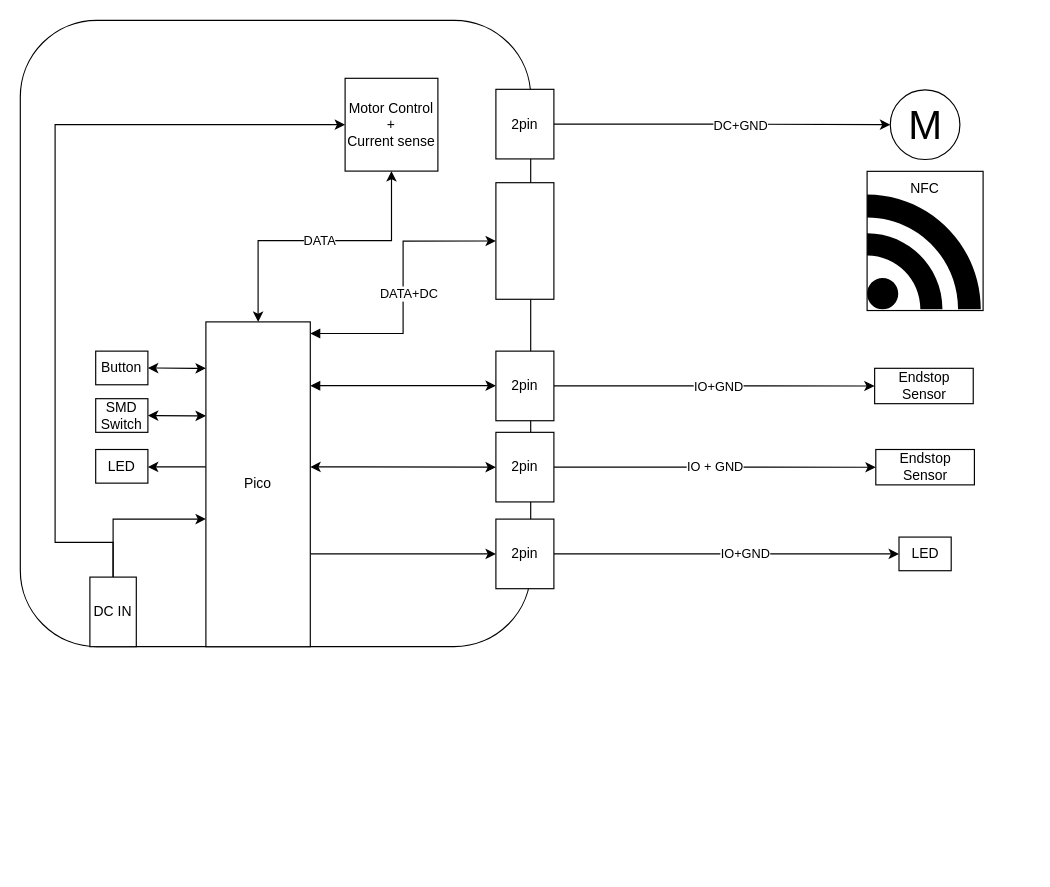
Above: Documents/Drawings/ElectricalLayout.drawio in Todoori/GateControl (draw.io), before the change. Source tidied: cells renumbered, new cells numbered last; positions are measured from the earlier drawing's top-left corner, leaving out a move shared by most shapes. Both pictures are drawn from the tidied source at 116%, with x=0, y=0 at pixel (20, 20).
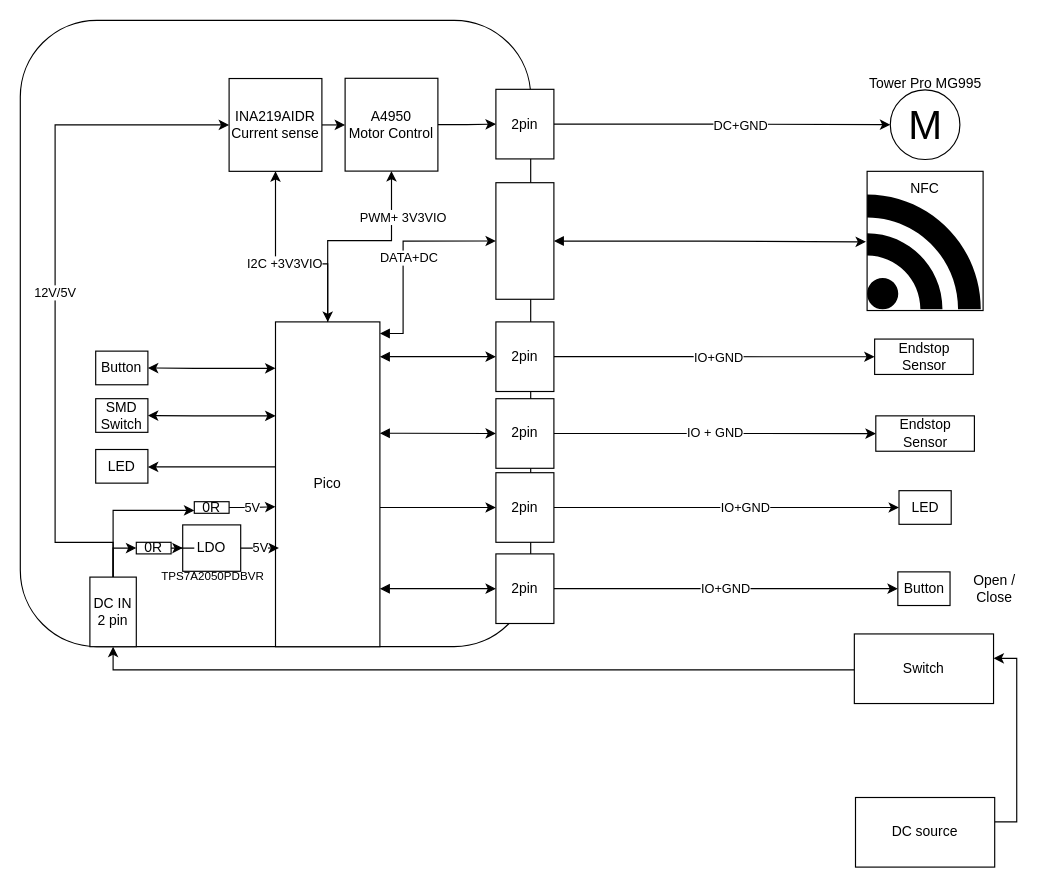
The same diagram, later.

The change refers to these unchanged cells:
```xml
<mxCell id="4" style="shape=mxgraph.signs.tech.rss;html=1;fillColor=#000000;strokeColor=none;verticalLabelPosition=bottom;verticalAlign=top;align=center;" parent="1" vertex="1">
  <mxGeometry x="730" y="150.2" width="98" height="99" as="geometry" />
</mxCell>
<mxCell id="23" style="rounded=0;whiteSpace=wrap;html=1;" parent="1" vertex="1">
  <mxGeometry x="410" y="140" width="50" height="100.5" as="geometry" />
</mxCell>
<mxCell id="30" value="2pin" style="rounded=0;whiteSpace=wrap;html=1;" parent="1" vertex="1">
  <mxGeometry x="410" y="59.5" width="50" height="60" as="geometry" />
</mxCell>
```

Change to the diagram source:
```diff
@@
-    <mxCell id="10" value="DATA" style="edgeStyle=orthogonalEdgeStyle;rounded=0;jettySize=auto;html=1;entryX=0.5;entryY=1;entryDx=0;entryDy=0;startArrow=classic;startFill=1;" parent="1" edge="1" source="16" target="31">
-      <mxGeometry relative="1" as="geometry">
+    <mxCell id="10" value="PWM+ 3V3VIO" style="edgeStyle=orthogonalEdgeStyle;rounded=0;jettySize=auto;html=1;entryX=0.5;entryY=1;entryDx=0;entryDy=0;startArrow=classic;startFill=1;exitX=0.5;exitY=0;exitDx=0;exitDy=0;" parent="1" edge="1" source="16" target="31">
+      <mxGeometry x="0.57" y="-10" relative="1" as="geometry">
         <Array as="points">
-          <mxPoint x="205" y="190" />
+          <mxPoint x="265" y="190" />
           <mxPoint x="320" y="190" />
         </Array>
       </mxGeometry>
     </mxCell>
@@
+    <mxCell id="15" style="edgeStyle=orthogonalEdgeStyle;rounded=0;jettySize=auto;html=1;entryX=0;entryY=0.5;entryDx=0;entryDy=0;" parent="1" edge="1" source="16" target="37">
+      <mxGeometry relative="1" as="geometry">
+        <Array as="points">
+          <mxPoint x="360" y="420" />
+          <mxPoint x="360" y="420" />
+        </Array>
+      </mxGeometry>
+    </mxCell>
+    <mxCell id="40" value="I2C +3V3VIO" style="edgeStyle=orthogonalEdgeStyle;rounded=0;jettySize=auto;html=1;entryX=0.5;entryY=1;entryDx=0;entryDy=0;" parent="1" edge="1" source="16" target="48">
+      <mxGeometry relative="1" as="geometry">
+        <Array as="points">
+          <mxPoint x="265" y="210" />
+          <mxPoint x="220" y="210" />
+        </Array>
+      </mxGeometry>
+    </mxCell>
+    <mxCell id="14" style="edgeStyle=orthogonalEdgeStyle;rounded=0;jettySize=auto;html=1;entryX=0;entryY=0.5;entryDx=0;entryDy=0;startArrow=block;startFill=1;" parent="1" edge="1" source="16" target="27">
+      <mxGeometry relative="1" as="geometry">
+        <Array as="points">
+          <mxPoint x="330" y="356" />
+          <mxPoint x="330" y="356" />
+        </Array>
+      </mxGeometry>
+    </mxCell>
-    <mxCell id="13" style="edgeStyle=orthogonalEdgeStyle;rounded=0;jettySize=auto;html=1;startArrow=block;startFill=1;" parent="1" edge="1" source="16" target="22">
+    <mxCell id="13" style="edgeStyle=orthogonalEdgeStyle;rounded=0;jettySize=auto;html=1;entryX=0;entryY=0.5;entryDx=0;entryDy=0;startArrow=block;startFill=1;" parent="1" edge="1" source="16" target="22">
       <mxGeometry relative="1" as="geometry">
         <Array as="points">
-          <mxPoint x="290" y="315" />
-          <mxPoint x="290" y="315" />
+          <mxPoint x="340" y="290" />
+          <mxPoint x="340" y="290" />
         </Array>
       </mxGeometry>
     </mxCell>
-    <mxCell id="14" style="edgeStyle=orthogonalEdgeStyle;rounded=0;jettySize=auto;html=1;entryX=0;entryY=0.5;entryDx=0;entryDy=0;startArrow=classic;startFill=1;" parent="1" edge="1" source="16" target="27">
-      <mxGeometry relative="1" as="geometry">
-        <Array as="points">
-          <mxPoint x="290" y="385" />
-          <mxPoint x="290" y="385" />
-        </Array>
-      </mxGeometry>
-    </mxCell>
-    <mxCell id="15" style="edgeStyle=orthogonalEdgeStyle;rounded=0;jettySize=auto;html=1;entryX=0;entryY=0.5;entryDx=0;entryDy=0;" parent="1" edge="1" source="16" target="37">
-      <mxGeometry relative="1" as="geometry">
-        <Array as="points">
-          <mxPoint x="290" y="460" />
-          <mxPoint x="290" y="460" />
-        </Array>
-      </mxGeometry>
-    </mxCell>
+    <mxCell id="41" style="edgeStyle=orthogonalEdgeStyle;rounded=0;jettySize=auto;html=1;entryX=0;entryY=0.5;entryDx=0;entryDy=0;startArrow=block;startFill=1;" parent="1" edge="1" source="16" target="55">
+      <mxGeometry relative="1" as="geometry">
+        <Array as="points">
+          <mxPoint x="340" y="490" />
+          <mxPoint x="340" y="490" />
+        </Array>
+      </mxGeometry>
+    </mxCell>
     <mxCell id="16" value="Pico" style="rounded=0;whiteSpace=wrap;html=1;" parent="1" vertex="1">
-      <mxGeometry x="160" y="260" width="90" height="280" as="geometry" />
+      <mxGeometry x="220" y="260" width="90" height="280" as="geometry" />
     </mxCell>
-    <mxCell id="17" style="edgeStyle=orthogonalEdgeStyle;rounded=0;jettySize=auto;html=1;exitX=0.5;exitY=0;exitDx=0;exitDy=0;" parent="1" edge="1" source="19">
-      <mxGeometry relative="1" as="geometry">
-        <mxPoint x="160" y="430" as="targetPoint" />
-        <Array as="points">
-          <mxPoint x="80" y="430" />
-          <mxPoint x="160" y="430" />
-        </Array>
-      </mxGeometry>
-    </mxCell>
-    <mxCell id="18" style="edgeStyle=orthogonalEdgeStyle;rounded=0;jettySize=auto;html=1;entryX=0;entryY=0.5;entryDx=0;entryDy=0;" parent="1" edge="1" source="19" target="31">
+    <mxCell id="18" value="12V/5V" style="edgeStyle=orthogonalEdgeStyle;rounded=0;jettySize=auto;html=1;entryX=0;entryY=0.5;entryDx=0;entryDy=0;" parent="1" edge="1" source="19" target="48">
       <mxGeometry relative="1" as="geometry">
         <Array as="points">
           <mxPoint x="80" y="450" />
           <mxPoint x="30" y="450" />
           <mxPoint x="30" y="90" />
         </Array>
       </mxGeometry>
     </mxCell>
+    <mxCell id="42" style="edgeStyle=orthogonalEdgeStyle;rounded=0;jettySize=auto;html=1;entryX=0;entryY=0.5;entryDx=0;entryDy=0;" parent="1" edge="1" source="19" target="60">
+      <mxGeometry relative="1" as="geometry" />
+    </mxCell>
+    <mxCell id="43" style="edgeStyle=orthogonalEdgeStyle;rounded=0;jettySize=auto;html=1;entryX=0;entryY=0.75;entryDx=0;entryDy=0;" parent="1" edge="1" source="19" target="61">
+      <mxGeometry relative="1" as="geometry">
+        <Array as="points">
+          <mxPoint x="80" y="422" />
+        </Array>
+      </mxGeometry>
+    </mxCell>
-    <mxCell id="19" value="DC IN" style="rounded=0;whiteSpace=wrap;html=1;" parent="1" vertex="1">
+    <mxCell id="19" value="DC IN 2 pin" style="rounded=0;whiteSpace=wrap;html=1;" parent="1" vertex="1">
       <mxGeometry x="60" y="480" width="40" height="60" as="geometry" />
     </mxCell>
@@
     <mxCell id="22" value="2pin" style="rounded=0;whiteSpace=wrap;html=1;" parent="1" vertex="1">
-      <mxGeometry x="410" y="285.2" width="50" height="60" as="geometry" />
+      <mxGeometry x="410" y="260" width="50" height="60" as="geometry" />
     </mxCell>
@@
     <mxCell id="24" value="Endstop Sensor" style="rounded=0;whiteSpace=wrap;html=1;" parent="1" vertex="1">
-      <mxGeometry x="736.5" y="300" width="85" height="30.5" as="geometry" />
+      <mxGeometry x="736.5" y="274.8" width="85" height="30.5" as="geometry" />
     </mxCell>
     <mxCell id="25" value="Endstop Sensor" style="rounded=0;whiteSpace=wrap;html=1;" parent="1" vertex="1">
-      <mxGeometry x="737.5" y="370" width="85" height="30.5" as="geometry" />
+      <mxGeometry x="737.5" y="341" width="85" height="30.5" as="geometry" />
     </mxCell>
@@
     <mxCell id="27" value="2pin" style="rounded=0;whiteSpace=wrap;html=1;" parent="1" vertex="1">
-      <mxGeometry x="410" y="355.2" width="50" height="60" as="geometry" />
+      <mxGeometry x="410" y="326.2" width="50" height="60" as="geometry" />
     </mxCell>
@@
+    <mxCell id="44" style="edgeStyle=orthogonalEdgeStyle;rounded=0;jettySize=auto;html=1;entryX=0;entryY=0.5;entryDx=0;entryDy=0;" parent="1" edge="1" source="31" target="30">
+      <mxGeometry relative="1" as="geometry" />
+    </mxCell>
-    <mxCell id="31" value="Motor Control&lt;br&gt;+&lt;br&gt;Current sense" style="whiteSpace=wrap;html=1;" parent="1" vertex="1">
+    <mxCell id="31" value="A4950&lt;br&gt;Motor Control" style="whiteSpace=wrap;html=1;" parent="1" vertex="1">
       <mxGeometry x="280" y="50" width="80" height="80" as="geometry" />
     </mxCell>
@@
     <mxCell id="37" value="2pin" style="rounded=0;whiteSpace=wrap;html=1;" parent="1" vertex="1">
-      <mxGeometry x="410" y="430" width="50" height="60" as="geometry" />
+      <mxGeometry x="410" y="390" width="50" height="60" as="geometry" />
     </mxCell>
     <mxCell id="38" value="LED" style="rounded=0;whiteSpace=wrap;html=1;" parent="1" vertex="1">
-      <mxGeometry x="757.5" y="445.5" width="45" height="29" as="geometry" />
+      <mxGeometry x="757.5" y="405.5" width="45" height="29" as="geometry" />
     </mxCell>
@@
+    <mxCell id="45" value="LDO" style="rounded=0;whiteSpace=wrap;html=1;" parent="1" vertex="1">
+      <mxGeometry x="140" y="435" width="50" height="40" as="geometry" />
+    </mxCell>
+    <mxCell id="46" value="5V" style="edgeStyle=orthogonalEdgeStyle;rounded=0;jettySize=auto;html=1;entryX=0.033;entryY=0.696;entryDx=0;entryDy=0;entryPerimeter=0;" parent="1" edge="1" source="45" target="16">
+      <mxGeometry relative="1" as="geometry" />
+    </mxCell>
+    <mxCell id="47" style="edgeStyle=orthogonalEdgeStyle;rounded=0;jettySize=auto;html=1;entryX=0;entryY=0.5;entryDx=0;entryDy=0;" parent="1" edge="1" source="48" target="31">
+      <mxGeometry relative="1" as="geometry" />
+    </mxCell>
+    <mxCell id="48" value="INA219AIDR&lt;br&gt;Current sense" style="whiteSpace=wrap;html=1;" parent="1" vertex="1">
+      <mxGeometry x="180" y="50.2" width="80" height="80" as="geometry" />
+    </mxCell>
+    <mxCell id="49" style="edgeStyle=orthogonalEdgeStyle;rounded=0;jettySize=auto;html=1;entryX=0.5;entryY=1;entryDx=0;entryDy=0;" parent="1" edge="1" source="50" target="19">
+      <mxGeometry relative="1" as="geometry">
+        <Array as="points">
+          <mxPoint x="80" y="560" />
+        </Array>
+      </mxGeometry>
+    </mxCell>
+    <mxCell id="50" value="Switch" style="rounded=0;whiteSpace=wrap;html=1;" parent="1" vertex="1">
+      <mxGeometry x="719" y="529" width="120" height="60" as="geometry" />
+    </mxCell>
+    <mxCell id="51" style="edgeStyle=orthogonalEdgeStyle;rounded=0;orthogonalLoop=1;jettySize=auto;html=1;entryX=1;entryY=0.5;entryDx=0;entryDy=0;" parent="1" edge="1">
+      <mxGeometry relative="1" as="geometry">
+        <mxPoint x="840" y="691" as="sourcePoint" />
+        <mxPoint x="839" y="550" as="targetPoint" />
+        <Array as="points">
+          <mxPoint x="859" y="691" />
+          <mxPoint x="859" y="550" />
+        </Array>
+      </mxGeometry>
+    </mxCell>
+    <mxCell id="52" value="DC source" style="rounded=0;whiteSpace=wrap;html=1;" parent="1" vertex="1">
+      <mxGeometry x="720" y="670" width="120" height="60" as="geometry" />
+    </mxCell>
+    <mxCell id="53" style="edgeStyle=orthogonalEdgeStyle;rounded=0;jettySize=auto;html=1;entryX=-0.01;entryY=0.412;entryDx=0;entryDy=0;entryPerimeter=0;startArrow=block;startFill=1;" parent="1" edge="1" source="23" target="4">
+      <mxGeometry relative="1" as="geometry" />
+    </mxCell>
+    <mxCell id="54" value="IO+GND" style="edgeStyle=orthogonalEdgeStyle;rounded=0;jettySize=auto;html=1;entryX=0;entryY=0.5;entryDx=0;entryDy=0;" parent="1" edge="1" source="55" target="56">
+      <mxGeometry relative="1" as="geometry" />
+    </mxCell>
+    <mxCell id="55" value="2pin" style="rounded=0;whiteSpace=wrap;html=1;" parent="1" vertex="1">
+      <mxGeometry x="410" y="460" width="50" height="60" as="geometry" />
+    </mxCell>
+    <mxCell id="56" value="Button" style="rounded=0;whiteSpace=wrap;html=1;" parent="1" vertex="1">
+      <mxGeometry x="756.5" y="475.5" width="45" height="29" as="geometry" />
+    </mxCell>
+    <mxCell id="57" value="Open / Close" style="text;html=1;strokeColor=none;fillColor=none;align=center;verticalAlign=middle;whiteSpace=wrap;rounded=0;" parent="1" vertex="1">
+      <mxGeometry x="810" y="475" width="60" height="30" as="geometry" />
+    </mxCell>
+    <mxCell id="58" value="Tower Pro MG995" style="text;html=1;align=center;verticalAlign=middle;strokeColor=none;fillColor=none;" parent="1" vertex="1">
+      <mxGeometry x="720" y="40" width="120" height="30" as="geometry" />
+    </mxCell>
+    <mxCell id="59" style="edgeStyle=orthogonalEdgeStyle;rounded=0;jettySize=auto;html=1;" parent="1" edge="1" source="60" target="45">
+      <mxGeometry relative="1" as="geometry" />
+    </mxCell>
+    <mxCell id="60" value="0R" style="rounded=0;whiteSpace=wrap;html=1;" parent="1" vertex="1">
+      <mxGeometry x="100" y="450" width="30" height="10" as="geometry" />
+    </mxCell>
+    <mxCell id="61" value="0R" style="rounded=0;whiteSpace=wrap;html=1;" parent="1" vertex="1">
+      <mxGeometry x="150" y="415" width="30" height="10" as="geometry" />
+    </mxCell>
+    <mxCell id="62" value="5V" style="edgeStyle=orthogonalEdgeStyle;rounded=0;jettySize=auto;html=1;entryX=0;entryY=0.569;entryDx=0;entryDy=0;entryPerimeter=0;" parent="1" edge="1" source="61" target="16">
+      <mxGeometry relative="1" as="geometry" />
+    </mxCell>
+    <mxCell id="63" value="&lt;h1 style=&quot;&quot; data-v-30207630=&quot;&quot; data-v-5f5e59b2=&quot;&quot; class=&quot;fz-24&quot;&gt;&lt;font style=&quot;font-size: 10px; font-weight: normal;&quot;&gt;TPS7A2050PDBVR&lt;/font&gt;&lt;/h1&gt;" style="text;html=1;align=left;verticalAlign=middle;strokeColor=none;fillColor=none;" parent="1" vertex="1">
+      <mxGeometry x="120" y="440" width="110" height="70" as="geometry" />
+    </mxCell>
```
